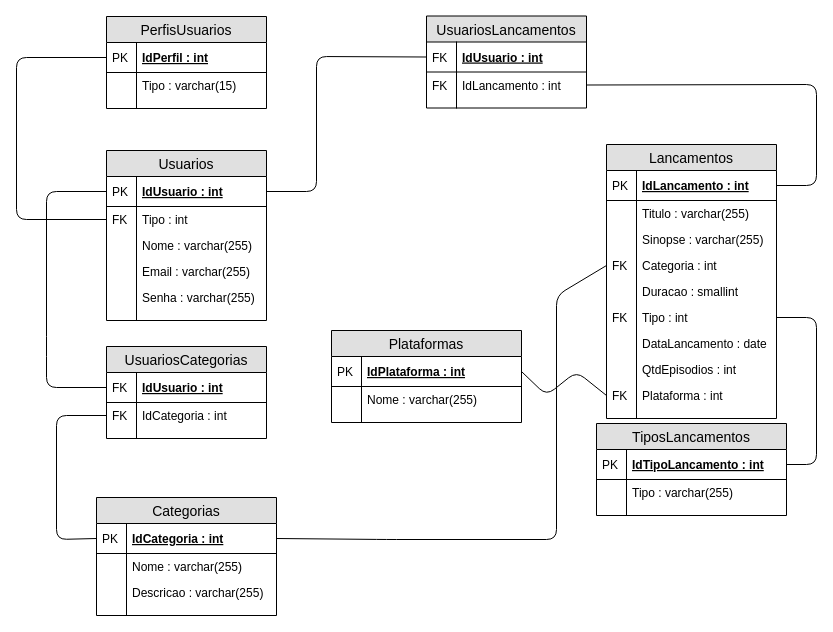
The draw.io diagram page "Lógico" (2 of 2) of Opflix/Diagramas_Opflix.drawio in Henrique-Castro/2s2019-sprint-1-bd, before the edit. Source tidied: cells renumbered, new cells numbered last; positions are measured from the earlier drawing's top-left corner, leaving out a move shared by most shapes. Both pictures are drawn from the tidied source at 100%, with x=0, y=0 at pixel (16, 16).
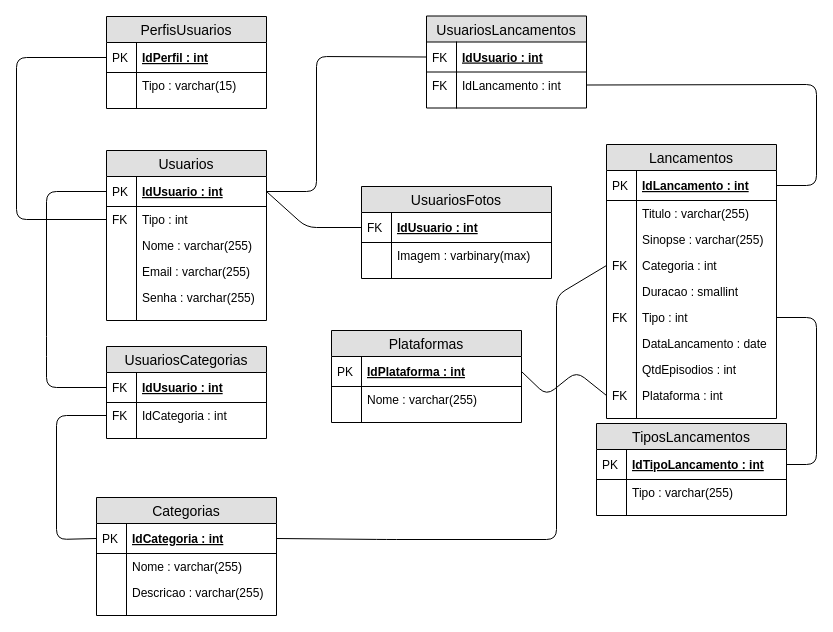
The same page after the edit.

The change refers to these unchanged cells:
```xml
<mxCell id="10" value="IdUsuario : int" style="shape=partialRectangle;top=0;left=0;right=0;bottom=1;align=left;verticalAlign=middle;fillColor=none;spacingLeft=34;spacingRight=4;overflow=hidden;points=[[0,0.5],[1,0.5]];portConstraint=eastwest;fontStyle=5;fontSize=12;" parent="9" vertex="1">
  <mxGeometry y="26" width="160" height="30" as="geometry" />
</mxCell>
```

The edit, as a diff of the source:
```diff
@@
+    <mxCell id="88" value="UsuariosFotos" style="swimlane;fontStyle=0;horizontal=1;startSize=26;fillColor=#e0e0e0;swimlaneFillColor=#ffffff;align=center;fontSize=14;" parent="1" vertex="1">
+      <mxGeometry x="345" y="170" width="190" height="92" as="geometry" />
+    </mxCell>
+    <mxCell id="89" value="IdUsuario : int" style="shape=partialRectangle;top=0;left=0;right=0;bottom=1;align=left;verticalAlign=middle;fillColor=none;spacingLeft=34;spacingRight=4;overflow=hidden;points=[[0,0.5],[1,0.5]];portConstraint=eastwest;fontStyle=5;fontSize=12;" parent="88" vertex="1">
+      <mxGeometry y="26" width="190" height="30" as="geometry" />
+    </mxCell>
+    <mxCell id="90" value="FK" style="shape=partialRectangle;top=0;left=0;bottom=0;fillColor=none;align=left;verticalAlign=middle;spacingLeft=4;spacingRight=4;overflow=hidden;fontSize=12;" parent="89" vertex="1">
+      <mxGeometry width="30" height="30" as="geometry" />
+    </mxCell>
+    <mxCell id="91" value="Imagem : varbinary(max)" style="shape=partialRectangle;top=0;left=0;right=0;bottom=0;align=left;verticalAlign=top;fillColor=none;spacingLeft=34;spacingRight=4;overflow=hidden;fontSize=12;" parent="88" vertex="1">
+      <mxGeometry y="56" width="190" height="26" as="geometry" />
+    </mxCell>
+    <mxCell id="92" style="shape=partialRectangle;top=0;left=0;bottom=0;fillColor=none;align=left;verticalAlign=top;spacingLeft=4;spacingRight=4;overflow=hidden;fontSize=12;" parent="91" vertex="1">
+      <mxGeometry width="30" height="26" as="geometry" />
+    </mxCell>
+    <mxCell id="93" style="shape=partialRectangle;top=0;left=0;right=0;bottom=0;align=left;verticalAlign=top;fillColor=none;spacingLeft=34;spacingRight=4;overflow=hidden;fontSize=12;" parent="88" vertex="1">
+      <mxGeometry y="82" width="190" height="10" as="geometry" />
+    </mxCell>
+    <mxCell id="94" style="shape=partialRectangle;top=0;left=0;bottom=0;fillColor=none;align=left;verticalAlign=top;spacingLeft=4;spacingRight=4;overflow=hidden;fontSize=12;" parent="93" vertex="1">
+      <mxGeometry width="30" height="10" as="geometry" />
+    </mxCell>
+    <mxCell id="95" style="endArrow=none;html=1;entryX=0;entryY=0.5;entryDx=0;entryDy=0;exitX=1;exitY=0.5;exitDx=0;exitDy=0;" parent="1" edge="1" source="10" target="89">
+      <mxGeometry relative="1" as="geometry">
+        <Array as="points">
+          <mxPoint x="290" y="211" />
+        </Array>
+      </mxGeometry>
+    </mxCell>
```
